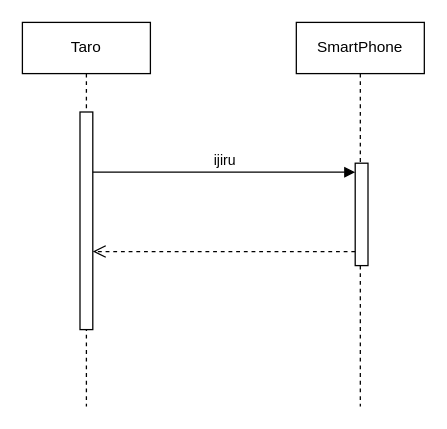
Above: docs/activity/class-diag/text03/img/page01-fig1.drawio in tmytokai/open-ed (draw.io), before the change. Source tidied: cells renumbered, new cells numbered last; positions are measured from the earlier drawing's top-left corner, leaving out a move shared by most shapes. Both pictures are drawn from the tidied source at 128%, with x=0, y=0 at pixel (22, 22).
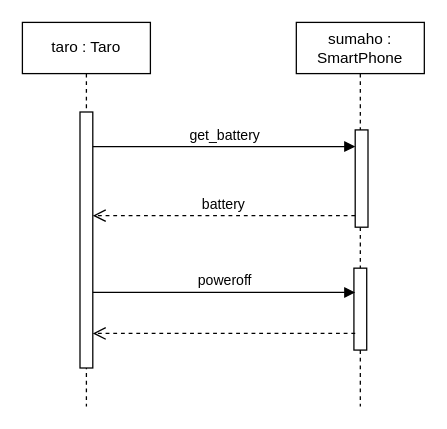
After the change.

Change to the diagram source:
```diff
@@
 <mxGraphModel>
   <root>
     <mxCell id="0" />
     <mxCell id="1" parent="0" />
-    <mxCell id="2" value="Taro" style="shape=umlLifeline;perimeter=lifelinePerimeter;whiteSpace=wrap;html=1;newEdgeStyle={&quot;edgeStyle&quot;:&quot;elbowEdgeStyle&quot;,&quot;elbow&quot;:&quot;vertical&quot;,&quot;curved&quot;:0,&quot;rounded&quot;:0};" parent="1" vertex="1">
+    <mxCell id="2" value="taro : Taro" style="shape=umlLifeline;perimeter=lifelinePerimeter;whiteSpace=wrap;html=1;newEdgeStyle={&quot;edgeStyle&quot;:&quot;elbowEdgeStyle&quot;,&quot;elbow&quot;:&quot;vertical&quot;,&quot;curved&quot;:0,&quot;rounded&quot;:0};" parent="1" vertex="1">
       <mxGeometry width="100" height="300" as="geometry" />
     </mxCell>
     <mxCell id="3" style="html=1;perimeter=orthogonalPerimeter;targetShapes=umlLifeline;newEdgeStyle={&quot;edgeStyle&quot;:&quot;elbowEdgeStyle&quot;,&quot;elbow&quot;:&quot;vertical&quot;,&quot;curved&quot;:0,&quot;rounded&quot;:0};" parent="2" vertex="1">
-      <mxGeometry x="45" y="70" width="10" height="170" as="geometry" />
+      <mxGeometry x="45" y="70" width="10" height="200" as="geometry" />
     </mxCell>
-    <mxCell id="4" value="SmartPhone" style="shape=umlLifeline;perimeter=lifelinePerimeter;whiteSpace=wrap;html=1;newEdgeStyle={&quot;edgeStyle&quot;:&quot;elbowEdgeStyle&quot;,&quot;elbow&quot;:&quot;vertical&quot;,&quot;curved&quot;:0,&quot;rounded&quot;:0};" parent="1" vertex="1">
+    <mxCell id="4" value="sumaho : SmartPhone" style="shape=umlLifeline;perimeter=lifelinePerimeter;whiteSpace=wrap;html=1;newEdgeStyle={&quot;edgeStyle&quot;:&quot;elbowEdgeStyle&quot;,&quot;elbow&quot;:&quot;vertical&quot;,&quot;curved&quot;:0,&quot;rounded&quot;:0};" parent="1" vertex="1">
       <mxGeometry x="214" width="100" height="300" as="geometry" />
     </mxCell>
-    <mxCell id="5" style="html=1;perimeter=orthogonalPerimeter;targetShapes=umlLifeline;newEdgeStyle={&quot;edgeStyle&quot;:&quot;elbowEdgeStyle&quot;,&quot;elbow&quot;:&quot;vertical&quot;,&quot;curved&quot;:0,&quot;rounded&quot;:0};" parent="4" vertex="1">
-      <mxGeometry x="46" y="110" width="10" height="80" as="geometry" />
-    </mxCell>
-    <mxCell id="6" value="ijiru" style="html=1;verticalAlign=bottom;endArrow=block;edgeStyle=elbowEdgeStyle;elbow=vertical;curved=0;rounded=0;" parent="1" edge="1">
-      <mxGeometry relative="1" as="geometry">
-        <mxPoint x="55" y="117" as="sourcePoint" />
-        <mxPoint x="260" y="117" as="targetPoint" />
-      </mxGeometry>
-    </mxCell>
-    <mxCell id="7" style="html=1;verticalAlign=bottom;endArrow=open;dashed=1;endSize=8;edgeStyle=elbowEdgeStyle;elbow=vertical;curved=0;rounded=0;" parent="1" edge="1">
-      <mxGeometry relative="1" as="geometry">
-        <mxPoint x="260" y="179" as="sourcePoint" />
-        <mxPoint x="55" y="179" as="targetPoint" />
-      </mxGeometry>
-    </mxCell>
+    <mxCell id="8" style="html=1;perimeter=orthogonalPerimeter;targetShapes=umlLifeline;newEdgeStyle={&quot;edgeStyle&quot;:&quot;elbowEdgeStyle&quot;,&quot;elbow&quot;:&quot;vertical&quot;,&quot;curved&quot;:0,&quot;rounded&quot;:0};" parent="4" vertex="1">
+      <mxGeometry x="46" y="84" width="10" height="76" as="geometry" />
+    </mxCell>
+    <mxCell id="9" style="html=1;perimeter=orthogonalPerimeter;targetShapes=umlLifeline;newEdgeStyle={&quot;edgeStyle&quot;:&quot;elbowEdgeStyle&quot;,&quot;elbow&quot;:&quot;vertical&quot;,&quot;curved&quot;:0,&quot;rounded&quot;:0};" parent="4" vertex="1">
+      <mxGeometry x="45" y="192" width="10" height="64" as="geometry" />
+    </mxCell>
+    <mxCell id="10" value="get_battery" style="html=1;verticalAlign=bottom;startArrow=none;startFill=0;endArrow=block;startSize=8;edgeStyle=elbowEdgeStyle;elbow=vertical;curved=0;rounded=0;" parent="1" edge="1">
+      <mxGeometry relative="1" as="geometry">
+        <mxPoint x="55" y="97" as="sourcePoint" />
+        <mxPoint x="260" y="97" as="targetPoint" />
+      </mxGeometry>
+    </mxCell>
+    <mxCell id="11" value="battery" style="html=1;verticalAlign=bottom;endArrow=open;dashed=1;endSize=8;edgeStyle=elbowEdgeStyle;elbow=vertical;curved=0;rounded=0;" parent="1" edge="1">
+      <mxGeometry relative="1" as="geometry">
+        <mxPoint x="260" y="151" as="sourcePoint" />
+        <mxPoint x="55" y="151" as="targetPoint" />
+      </mxGeometry>
+    </mxCell>
+    <mxCell id="12" value="poweroff" style="html=1;verticalAlign=bottom;endArrow=block;edgeStyle=elbowEdgeStyle;elbow=vertical;curved=0;rounded=0;" parent="1" edge="1">
+      <mxGeometry relative="1" as="geometry">
+        <mxPoint x="55" y="211" as="sourcePoint" />
+        <mxPoint x="260" y="211" as="targetPoint" />
+      </mxGeometry>
+    </mxCell>
+    <mxCell id="13" style="html=1;verticalAlign=bottom;endArrow=open;dashed=1;endSize=8;edgeStyle=elbowEdgeStyle;elbow=vertical;curved=0;rounded=0;" parent="1" edge="1">
+      <mxGeometry relative="1" as="geometry">
+        <mxPoint x="260" y="243" as="sourcePoint" />
+        <mxPoint x="55" y="243" as="targetPoint" />
+      </mxGeometry>
+    </mxCell>
   </root>
 </mxGraphModel>
```
